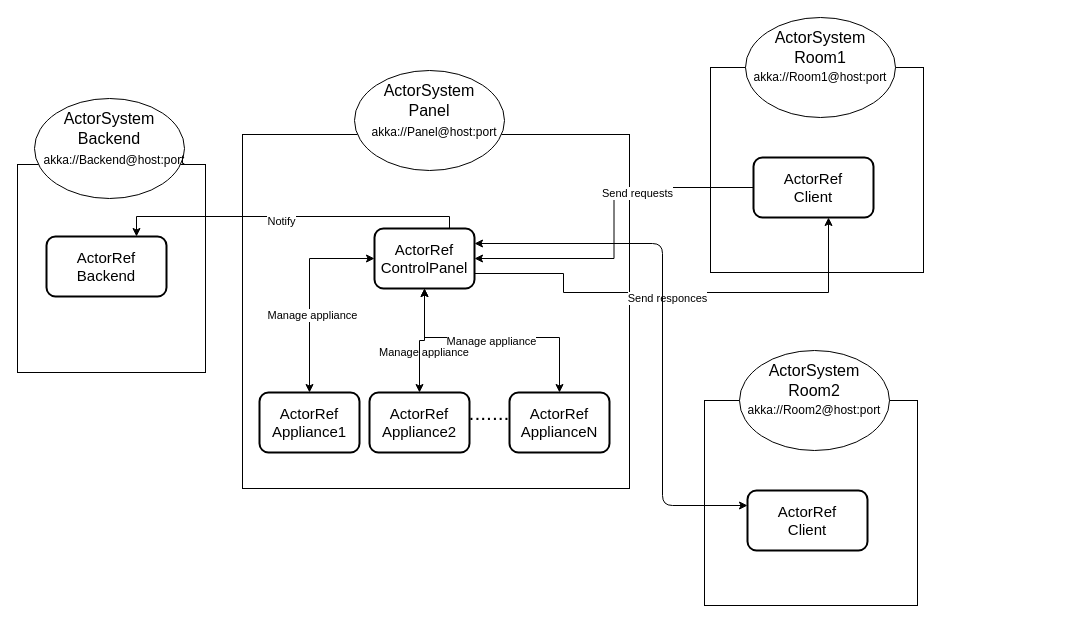
The draw.io diagram Actors scheme .drawio in MassimilianoRoccamena/MTDS-Project, before the edit. Source tidied: cells renumbered, new cells numbered last; positions are measured from the earlier drawing's top-left corner, leaving out a move shared by most shapes. Both pictures are drawn from the tidied source at 100%, with x=0, y=0 at pixel (17, 17).
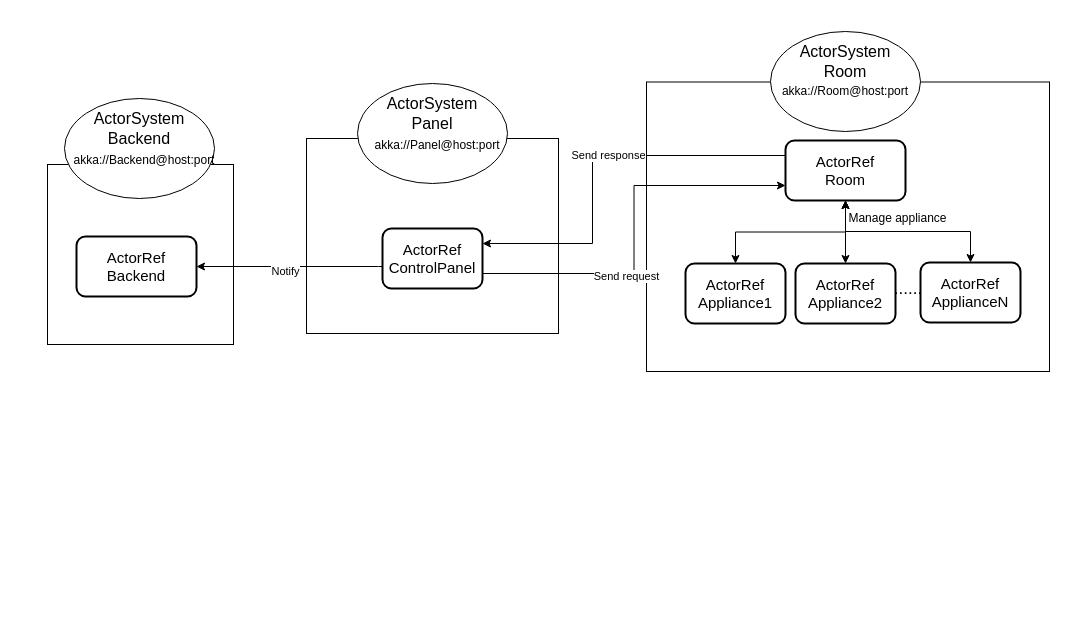
Above is the later version.

Diff of the diagram source:
```diff
@@
+    <mxCell id="16" style="whiteSpace=wrap;html=1;" parent="1" vertex="1">
+      <mxGeometry x="629" y="64.5" width="403" height="289.5" as="geometry" />
+    </mxCell>
     <mxCell id="2" style="whiteSpace=wrap;html=1;" parent="1" vertex="1">
-      <mxGeometry y="147" width="188" height="208" as="geometry" />
+      <mxGeometry x="30" y="147" width="186" height="180" as="geometry" />
     </mxCell>
     <mxCell id="3" style="whiteSpace=wrap;html=1;" parent="1" vertex="1">
-      <mxGeometry x="225" y="117" width="387" height="354" as="geometry" />
+      <mxGeometry x="289" y="121" width="252" height="195" as="geometry" />
     </mxCell>
     <mxCell id="4" style="ellipse;whiteSpace=wrap;html=1;" parent="1" vertex="1">
-      <mxGeometry x="337" y="53" width="150" height="100" as="geometry" />
+      <mxGeometry x="340" y="66" width="150" height="100" as="geometry" />
     </mxCell>
     <mxCell id="5" value="&lt;font style=&quot;font-size: 16px&quot;&gt;ActorSystem&lt;br&gt;Panel&lt;br&gt;&lt;/font&gt;" style="text;html=1;strokeColor=none;fillColor=none;align=center;verticalAlign=middle;whiteSpace=wrap;rounded=0;strokeWidth=5;" parent="1" vertex="1">
-      <mxGeometry x="347" y="53" width="130" height="60" as="geometry" />
+      <mxGeometry x="350" y="66" width="130" height="60" as="geometry" />
     </mxCell>
     <mxCell id="6" value="akka://Panel@host:port" style="text;html=1;strokeColor=none;fillColor=none;align=center;verticalAlign=middle;whiteSpace=wrap;rounded=0;" parent="1" vertex="1">
-      <mxGeometry x="397" y="105" width="40" height="20" as="geometry" />
+      <mxGeometry x="400" y="118" width="40" height="20" as="geometry" />
     </mxCell>
     <mxCell id="7" value="&lt;span style=&quot;font-size: 15px&quot;&gt;ActorRef&lt;br&gt;Backend&lt;br&gt;&lt;/span&gt;" style="rounded=1;whiteSpace=wrap;html=1;strokeWidth=2;" parent="1" vertex="1">
-      <mxGeometry x="29" y="219" width="120" height="60" as="geometry" />
+      <mxGeometry x="59" y="219" width="120" height="60" as="geometry" />
     </mxCell>
-    <mxCell id="8" style="edgeStyle=orthogonalEdgeStyle;rounded=0;jettySize=auto;html=1;entryX=0.5;entryY=0;entryDx=0;entryDy=0;startArrow=classic;startFill=1;" parent="1" edge="1" source="15" target="25">
-      <mxGeometry relative="1" as="geometry" />
-    </mxCell>
-    <mxCell id="9" value="Manage appliance" style="edgeLabel;html=1;align=center;verticalAlign=middle;" parent="8" vertex="1">
-      <mxGeometry x="0.22" y="2" relative="1" as="geometry" />
-    </mxCell>
-    <mxCell id="10" style="edgeStyle=orthogonalEdgeStyle;rounded=0;jettySize=auto;html=1;startArrow=classic;startFill=1;" parent="1" edge="1" source="15" target="26">
-      <mxGeometry relative="1" as="geometry" />
-    </mxCell>
-    <mxCell id="11" style="edgeStyle=orthogonalEdgeStyle;rounded=0;jettySize=auto;html=1;entryX=0.5;entryY=0;entryDx=0;entryDy=0;startArrow=classic;startFill=1;" parent="1" edge="1" source="15" target="27">
-      <mxGeometry relative="1" as="geometry">
-        <Array as="points">
-          <mxPoint x="407" y="320" />
-          <mxPoint x="542" y="320" />
-        </Array>
-      </mxGeometry>
-    </mxCell>
-    <mxCell id="12" value="Manage appliance" style="edgeLabel;html=1;align=center;verticalAlign=middle;" parent="11" vertex="1">
-      <mxGeometry x="-0.04" y="-3" relative="1" as="geometry" />
-    </mxCell>
-    <mxCell id="13" style="edgeStyle=orthogonalEdgeStyle;rounded=0;jettySize=auto;html=1;entryX=0.75;entryY=0;entryDx=0;entryDy=0;" parent="1" edge="1" source="15" target="7">
+    <mxCell id="13" style="edgeStyle=orthogonalEdgeStyle;rounded=0;jettySize=auto;html=1;entryX=1;entryY=0.5;entryDx=0;entryDy=0;" parent="1" edge="1" source="15" target="7">
       <mxGeometry relative="1" as="geometry">
         <Array as="points">
-          <mxPoint x="432" y="199" />
-          <mxPoint x="119" y="199" />
+          <mxPoint x="361" y="249" />
+          <mxPoint x="361" y="249" />
         </Array>
       </mxGeometry>
     </mxCell>
@@
+    <mxCell id="23" style="edgeStyle=orthogonalEdgeStyle;rounded=0;jettySize=auto;html=1;exitX=1;exitY=0.75;exitDx=0;exitDy=0;entryX=0;entryY=0.75;entryDx=0;entryDy=0;startArrow=none;startFill=0;" parent="1" edge="1" source="15" target="22">
+      <mxGeometry relative="1" as="geometry" />
+    </mxCell>
+    <mxCell id="39" value="Send request" style="edgeLabel;html=1;align=center;verticalAlign=middle;" parent="23" vertex="1">
+      <mxGeometry x="-0.27" y="-2" relative="1" as="geometry" />
+    </mxCell>
     <mxCell id="15" value="&lt;font style=&quot;font-size: 15px&quot;&gt;ActorRef&lt;br&gt;ControlPanel&lt;br&gt;&lt;/font&gt;" style="rounded=1;whiteSpace=wrap;html=1;strokeWidth=2;" parent="1" vertex="1">
-      <mxGeometry x="357" y="211" width="100" height="60" as="geometry" />
+      <mxGeometry x="365" y="211" width="100" height="60" as="geometry" />
     </mxCell>
-    <mxCell id="16" style="whiteSpace=wrap;html=1;" parent="1" vertex="1">
-      <mxGeometry x="693" y="50" width="213" height="205" as="geometry" />
-    </mxCell>
     <mxCell id="17" style="ellipse;whiteSpace=wrap;html=1;" parent="1" vertex="1">
-      <mxGeometry x="728" width="150" height="100" as="geometry" />
+      <mxGeometry x="753" y="14" width="150" height="100" as="geometry" />
     </mxCell>
-    <mxCell id="18" value="&lt;font style=&quot;font-size: 16px&quot;&gt;ActorSystem&lt;br&gt;Room1&lt;br&gt;&lt;/font&gt;" style="text;html=1;strokeColor=none;fillColor=none;align=center;verticalAlign=middle;whiteSpace=wrap;rounded=0;strokeWidth=5;" parent="1" vertex="1">
-      <mxGeometry x="738" width="130" height="60" as="geometry" />
+    <mxCell id="18" value="&lt;font style=&quot;font-size: 16px&quot;&gt;ActorSystem&lt;br&gt;Room&lt;br&gt;&lt;/font&gt;" style="text;html=1;strokeColor=none;fillColor=none;align=center;verticalAlign=middle;whiteSpace=wrap;rounded=0;strokeWidth=5;" parent="1" vertex="1">
+      <mxGeometry x="763" y="14" width="130" height="60" as="geometry" />
     </mxCell>
-    <mxCell id="19" value="akka://Room1@host:port" style="text;html=1;strokeColor=none;fillColor=none;align=center;verticalAlign=middle;whiteSpace=wrap;rounded=0;" parent="1" vertex="1">
-      <mxGeometry x="783" y="50" width="40" height="20" as="geometry" />
+    <mxCell id="19" value="akka://Room@host:port" style="text;html=1;strokeColor=none;fillColor=none;align=center;verticalAlign=middle;whiteSpace=wrap;rounded=0;" parent="1" vertex="1">
+      <mxGeometry x="808" y="64" width="40" height="20" as="geometry" />
     </mxCell>
-    <mxCell id="20" style="edgeStyle=orthogonalEdgeStyle;rounded=0;jettySize=auto;html=1;entryX=1;entryY=0.5;entryDx=0;entryDy=0;" parent="1" edge="1" source="22" target="15">
-      <mxGeometry relative="1" as="geometry" />
+    <mxCell id="20" style="edgeStyle=orthogonalEdgeStyle;rounded=0;jettySize=auto;html=1;exitX=0;exitY=0.25;exitDx=0;exitDy=0;entryX=1;entryY=0.25;entryDx=0;entryDy=0;startArrow=none;startFill=0;" parent="1" edge="1" source="22" target="15">
+      <mxGeometry relative="1" as="geometry">
+        <Array as="points">
+          <mxPoint x="575" y="138" />
+          <mxPoint x="575" y="226" />
+        </Array>
+      </mxGeometry>
     </mxCell>
-    <mxCell id="21" value="Send requests" style="edgeLabel;html=1;align=center;verticalAlign=middle;" parent="20" vertex="1">
-      <mxGeometry x="-0.17" y="26" relative="1" as="geometry">
-        <mxPoint x="-3" as="offset" />
-      </mxGeometry>
-    </mxCell>
+    <mxCell id="40" value="Send response" style="edgeLabel;html=1;align=center;verticalAlign=middle;" parent="20" vertex="1">
+      <mxGeometry x="-0.09" y="-1" relative="1" as="geometry" />
+    </mxCell>
-    <mxCell id="22" value="&lt;span style=&quot;font-size: 15px&quot;&gt;ActorRef&lt;br&gt;Client&lt;br&gt;&lt;/span&gt;" style="rounded=1;whiteSpace=wrap;html=1;strokeWidth=2;" parent="1" vertex="1">
-      <mxGeometry x="736" y="140" width="120" height="60" as="geometry" />
+    <mxCell id="22" value="&lt;span style=&quot;font-size: 15px&quot;&gt;ActorRef&lt;br&gt;Room&lt;br&gt;&lt;/span&gt;" style="rounded=1;whiteSpace=wrap;html=1;strokeWidth=2;" parent="1" vertex="1">
+      <mxGeometry x="768" y="123" width="120" height="60" as="geometry" />
     </mxCell>
-    <mxCell id="23" style="edgeStyle=orthogonalEdgeStyle;rounded=0;jettySize=auto;html=1;entryX=0.625;entryY=1;entryDx=0;entryDy=0;entryPerimeter=0;exitX=1;exitY=0.75;exitDx=0;exitDy=0;" parent="1" edge="1" source="15" target="22">
-      <mxGeometry relative="1" as="geometry">
-        <Array as="points">
-          <mxPoint x="546" y="256" />
-          <mxPoint x="546" y="275" />
-          <mxPoint x="811" y="275" />
-        </Array>
-      </mxGeometry>
-    </mxCell>
-    <mxCell id="24" value="Send responces" style="edgeLabel;html=1;align=center;verticalAlign=middle;" parent="23" vertex="1">
-      <mxGeometry x="-0.06" y="-5" relative="1" as="geometry" />
-    </mxCell>
+    <mxCell id="41" style="edgeStyle=orthogonalEdgeStyle;rounded=0;jettySize=auto;html=1;exitX=0.5;exitY=0;exitDx=0;exitDy=0;entryX=0.5;entryY=1;entryDx=0;entryDy=0;startArrow=classic;startFill=1;" parent="1" edge="1" source="25" target="22">
+      <mxGeometry relative="1" as="geometry" />
+    </mxCell>
     <mxCell id="25" value="&lt;font style=&quot;font-size: 15px&quot;&gt;ActorRef&lt;br&gt;Appliance1&lt;br&gt;&lt;/font&gt;" style="rounded=1;whiteSpace=wrap;html=1;strokeWidth=2;" parent="1" vertex="1">
-      <mxGeometry x="242" y="375" width="100" height="60" as="geometry" />
+      <mxGeometry x="668" y="246" width="100" height="60" as="geometry" />
     </mxCell>
+    <mxCell id="42" style="edgeStyle=orthogonalEdgeStyle;rounded=0;jettySize=auto;html=1;exitX=0.5;exitY=0;exitDx=0;exitDy=0;entryX=0.5;entryY=1;entryDx=0;entryDy=0;startArrow=classic;startFill=1;" parent="1" edge="1" source="26" target="22">
+      <mxGeometry relative="1" as="geometry" />
+    </mxCell>
     <mxCell id="26" value="&lt;font style=&quot;font-size: 15px&quot;&gt;ActorRef&lt;br&gt;Appliance2&lt;br&gt;&lt;/font&gt;" style="rounded=1;whiteSpace=wrap;html=1;strokeWidth=2;" parent="1" vertex="1">
-      <mxGeometry x="352" y="375" width="100" height="60" as="geometry" />
+      <mxGeometry x="778" y="246" width="100" height="60" as="geometry" />
     </mxCell>
+    <mxCell id="43" style="edgeStyle=orthogonalEdgeStyle;rounded=0;jettySize=auto;html=1;exitX=0.5;exitY=0;exitDx=0;exitDy=0;entryX=0.5;entryY=1;entryDx=0;entryDy=0;startArrow=classic;startFill=1;" parent="1" edge="1" source="27" target="22">
+      <mxGeometry relative="1" as="geometry" />
+    </mxCell>
     <mxCell id="27" value="&lt;font style=&quot;font-size: 15px&quot;&gt;ActorRef&lt;br&gt;ApplianceN&lt;br&gt;&lt;/font&gt;" style="rounded=1;whiteSpace=wrap;html=1;strokeWidth=2;" parent="1" vertex="1">
-      <mxGeometry x="492" y="375" width="100" height="60" as="geometry" />
+      <mxGeometry x="903" y="245" width="100" height="60" as="geometry" />
     </mxCell>
-    <mxCell id="28" value="&lt;font style=&quot;font-size: 21px&quot;&gt;.......&lt;/font&gt;" style="text;html=1;strokeColor=none;fillColor=none;align=center;verticalAlign=middle;whiteSpace=wrap;rounded=0;" parent="1" vertex="1">
-      <mxGeometry x="452" y="385" width="40" height="20" as="geometry" />
-    </mxCell>
-    <mxCell id="29" value="&lt;font style=&quot;font-size: 11px&quot;&gt;Manage appliance&lt;/font&gt;" style="text;html=1;strokeColor=none;fillColor=none;align=center;verticalAlign=middle;whiteSpace=wrap;rounded=0;" parent="1" vertex="1">
-      <mxGeometry x="352" y="325" width="110" height="20" as="geometry" />
-    </mxCell>
-    <mxCell id="30" style="whiteSpace=wrap;html=1;" parent="1" vertex="1">
-      <mxGeometry x="687" y="383" width="213" height="205" as="geometry" />
-    </mxCell>
-    <mxCell id="31" style="ellipse;whiteSpace=wrap;html=1;" parent="1" vertex="1">
-      <mxGeometry x="722" y="333" width="150" height="100" as="geometry" />
-    </mxCell>
-    <mxCell id="32" value="&lt;font style=&quot;font-size: 16px&quot;&gt;ActorSystem&lt;br&gt;Room2&lt;br&gt;&lt;/font&gt;" style="text;html=1;strokeColor=none;fillColor=none;align=center;verticalAlign=middle;whiteSpace=wrap;rounded=0;strokeWidth=5;" parent="1" vertex="1">
-      <mxGeometry x="732" y="333" width="130" height="60" as="geometry" />
-    </mxCell>
-    <mxCell id="33" value="akka://Room2@host:port" style="text;html=1;strokeColor=none;fillColor=none;align=center;verticalAlign=middle;whiteSpace=wrap;rounded=0;" parent="1" vertex="1">
-      <mxGeometry x="777" y="383" width="40" height="20" as="geometry" />
-    </mxCell>
-    <mxCell id="34" value="&lt;span style=&quot;font-size: 15px&quot;&gt;ActorRef&lt;br&gt;Client&lt;br&gt;&lt;/span&gt;" style="rounded=1;whiteSpace=wrap;html=1;strokeWidth=2;" parent="1" vertex="1">
-      <mxGeometry x="730" y="473" width="120" height="60" as="geometry" />
-    </mxCell>
-    <mxCell id="35" style="endArrow=classic;startArrow=classic;html=1;entryX=0;entryY=0.25;entryDx=0;entryDy=0;exitX=1;exitY=0.25;exitDx=0;exitDy=0;" parent="1" edge="1" source="15" target="34">
-      <mxGeometry relative="1" as="geometry">
-        <Array as="points">
-          <mxPoint x="645" y="226" />
-          <mxPoint x="645" y="488" />
-        </Array>
-      </mxGeometry>
-    </mxCell>
     <mxCell id="36" style="ellipse;whiteSpace=wrap;html=1;" parent="1" vertex="1">
-      <mxGeometry x="17" y="81" width="150" height="100" as="geometry" />
+      <mxGeometry x="47" y="81" width="150" height="100" as="geometry" />
     </mxCell>
     <mxCell id="37" value="&lt;font style=&quot;font-size: 16px&quot;&gt;ActorSystem&lt;br&gt;Backend&lt;br&gt;&lt;/font&gt;" style="text;html=1;strokeColor=none;fillColor=none;align=center;verticalAlign=middle;whiteSpace=wrap;rounded=0;strokeWidth=5;" parent="1" vertex="1">
-      <mxGeometry x="27" y="81" width="130" height="60" as="geometry" />
+      <mxGeometry x="57" y="81" width="130" height="60" as="geometry" />
     </mxCell>
     <mxCell id="38" value="akka://Backend@host:port" style="text;html=1;strokeColor=none;fillColor=none;align=center;verticalAlign=middle;whiteSpace=wrap;rounded=0;" parent="1" vertex="1">
-      <mxGeometry x="77" y="133" width="40" height="20" as="geometry" />
+      <mxGeometry x="107" y="133" width="40" height="20" as="geometry" />
     </mxCell>
+    <mxCell id="44" value="Manage appliance" style="text;html=1;strokeColor=none;fillColor=none;align=center;verticalAlign=middle;whiteSpace=wrap;rounded=0;" parent="1" vertex="1">
+      <mxGeometry x="813" y="191" width="135" height="20" as="geometry" />
+    </mxCell>
+    <mxCell id="45" value="&lt;font style=&quot;font-size: 17px&quot;&gt;......&lt;/font&gt;" style="text;html=1;strokeColor=none;fillColor=none;align=center;verticalAlign=middle;whiteSpace=wrap;rounded=0;" parent="1" vertex="1">
+      <mxGeometry x="871" y="262" width="40" height="20" as="geometry" />
+    </mxCell>
```
